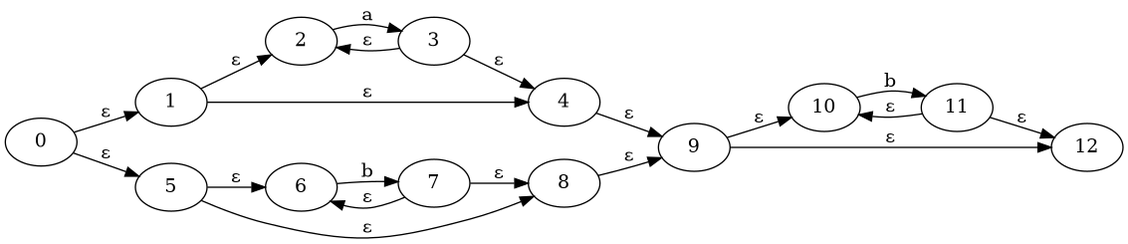
The Graphviz diagram sem6/com_dis/lab/exes/Digraph.gv.png in Dark-WizZ/BE, before a commit. Its source is kept beside it as sem6/com_dis/lab/exes/Digraph.gv.
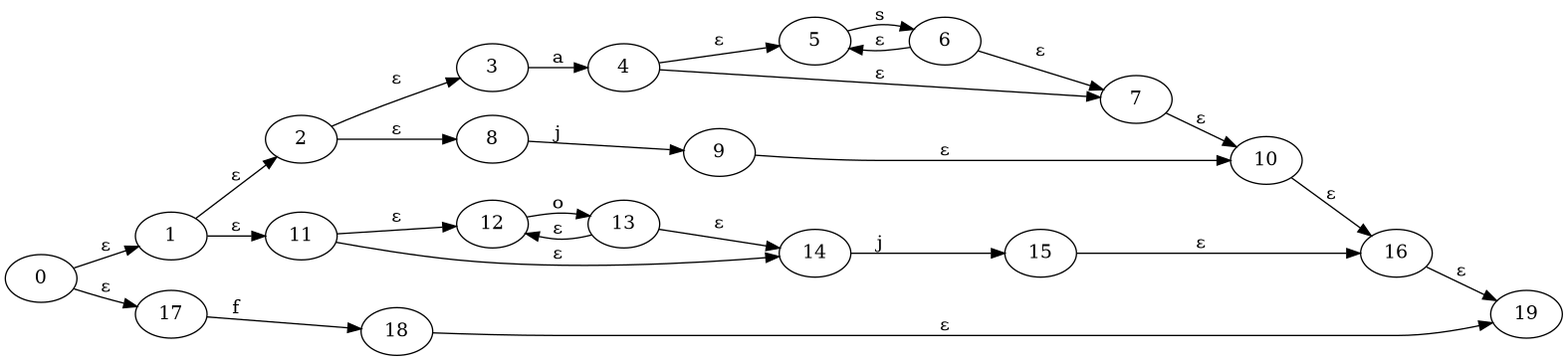
Above is the later version.

The edit, as a diff of the source:
```diff
@@ -1,22 +1,29 @@
 digraph {
 	graph [rankdir=LR]
 	0 -> 1 [label="ε"]
-	0 -> 5 [label="ε"]
+	0 -> 17 [label="ε"]
+	2 -> 3 [label="ε"]
+	1 -> 11 [label="ε"]
 	1 -> 2 [label="ε"]
-	1 -> 4 [label="ε"]
-	2 -> 3 [label=a]
-	3 -> 2 [label="ε"]
-	3 -> 4 [label="ε"]
-	5 -> 6 [label="ε"]
-	5 -> 8 [label="ε"]
-	6 -> 7 [label=b]
-	7 -> 6 [label="ε"]
-	7 -> 8 [label="ε"]
-	4 -> 9 [label="ε"]
-	8 -> 9 [label="ε"]
+	2 -> 8 [label="ε"]
+	3 -> 4 [label=a]
+	4 -> 5 [label="ε"]
+	4 -> 7 [label="ε"]
+	5 -> 6 [label=s]
+	6 -> 5 [label="ε"]
+	6 -> 7 [label="ε"]
+	8 -> 9 [label=j]
+	7 -> 10 [label="ε"]
 	9 -> 10 [label="ε"]
-	9 -> 12 [label="ε"]
-	10 -> 11 [label=b]
-	11 -> 10 [label="ε"]
 	11 -> 12 [label="ε"]
+	11 -> 14 [label="ε"]
+	12 -> 13 [label=o]
+	13 -> 12 [label="ε"]
+	13 -> 14 [label="ε"]
+	14 -> 15 [label=j]
+	10 -> 16 [label="ε"]
+	15 -> 16 [label="ε"]
+	17 -> 18 [label=f]
+	16 -> 19 [label="ε"]
+	18 -> 19 [label="ε"]
 }
```
